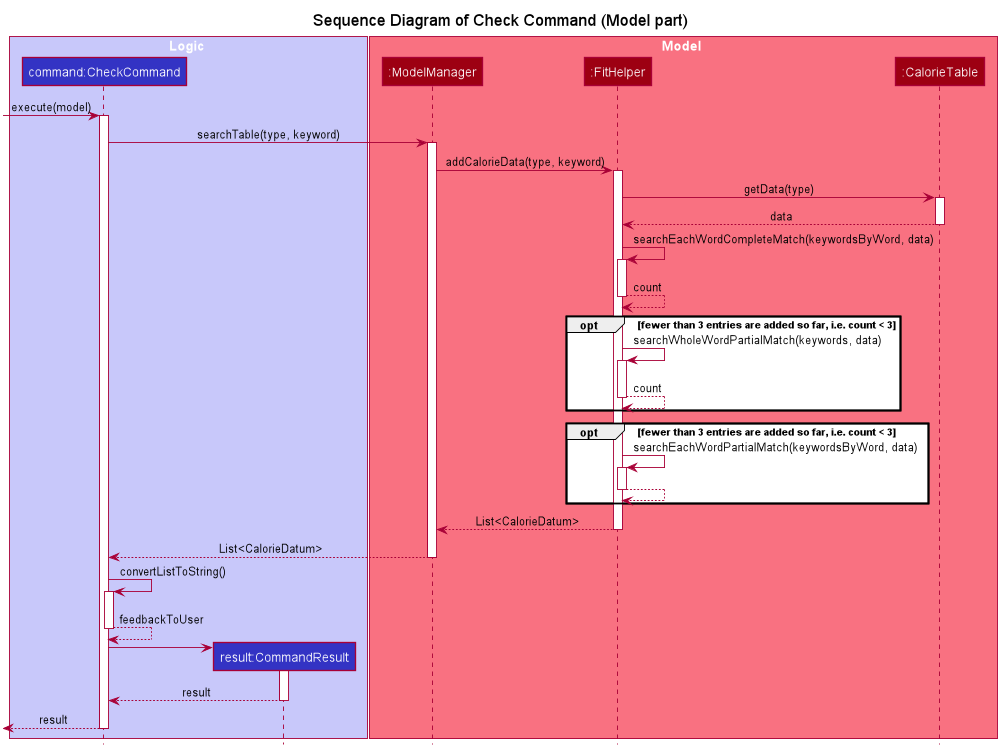
Before: docs/images/SequenceDiagramForCheckCommand2.png, a diagram exported from PlantUML (nus-cs2103-AY1920S2/addressbook-level3).
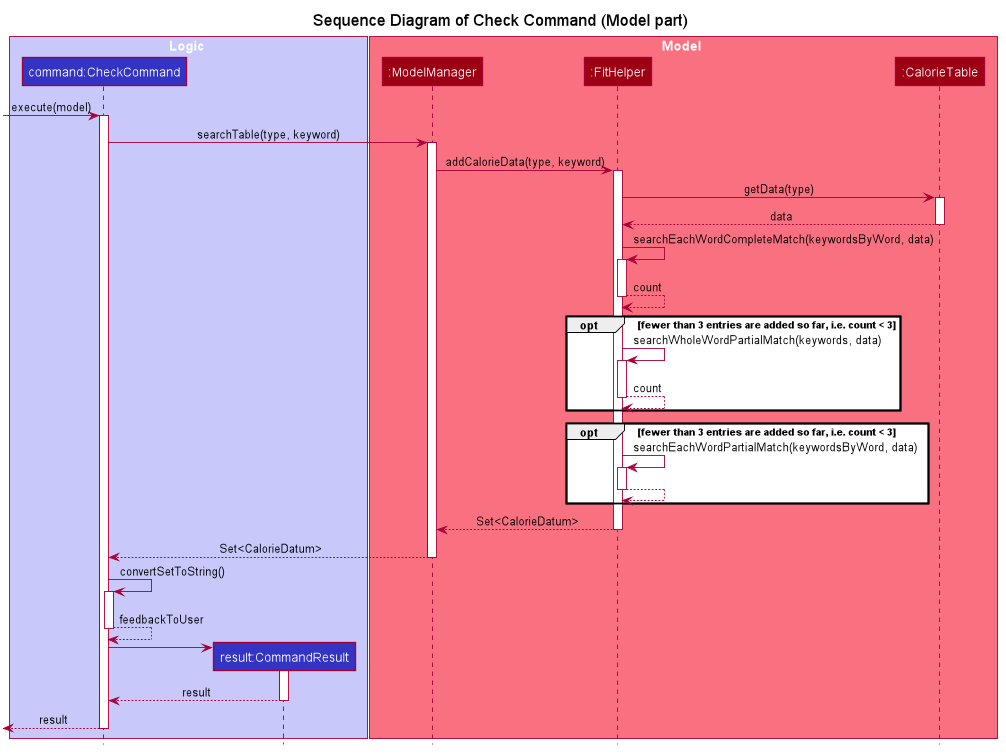
After the commit.

The edit, as a diff of the source:
```diff
@@ -92,11 +92,11 @@
 deactivate
 end
 
-FitHelper --> ModelManager : List<CalorieDatum>
+FitHelper --> ModelManager : Set<CalorieDatum>
 deactivate FitHelper
-ModelManager --> CheckCommand : List<CalorieDatum>
+ModelManager --> CheckCommand : Set<CalorieDatum>
 deactivate ModelManager
-CheckCommand -> CheckCommand : convertListToString()
+CheckCommand -> CheckCommand : convertSetToString()
 activate CheckCommand
 CheckCommand --> CheckCommand : feedbackToUser
 deactivate
```
